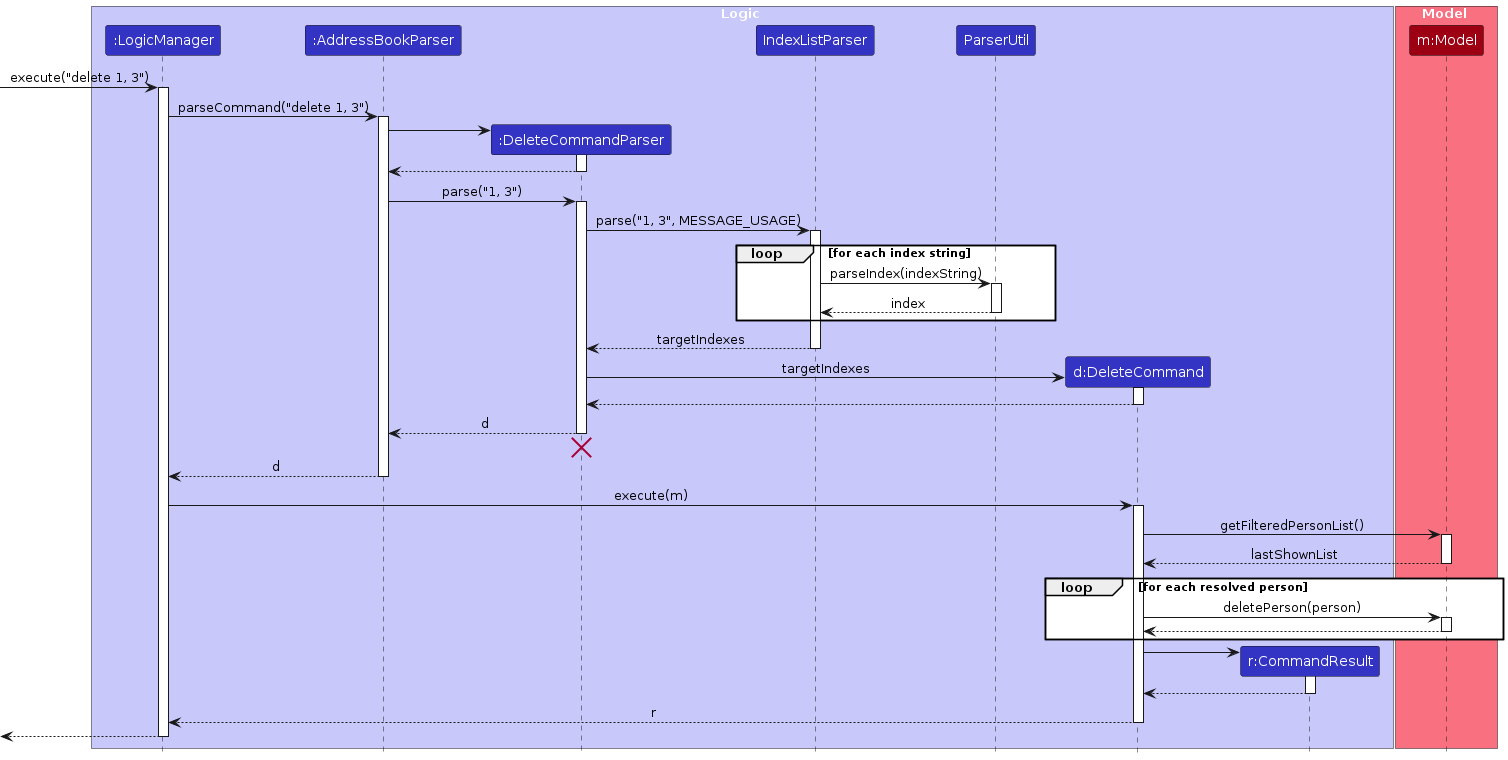
AY2627S1-CS2103T-T08-4/tp keeps this PlantUML diagram as diagrams/DeleteSequenceDiagram.png. Above is the earlier version. Its source is kept beside it as diagrams/DeleteSequenceDiagram.puml.
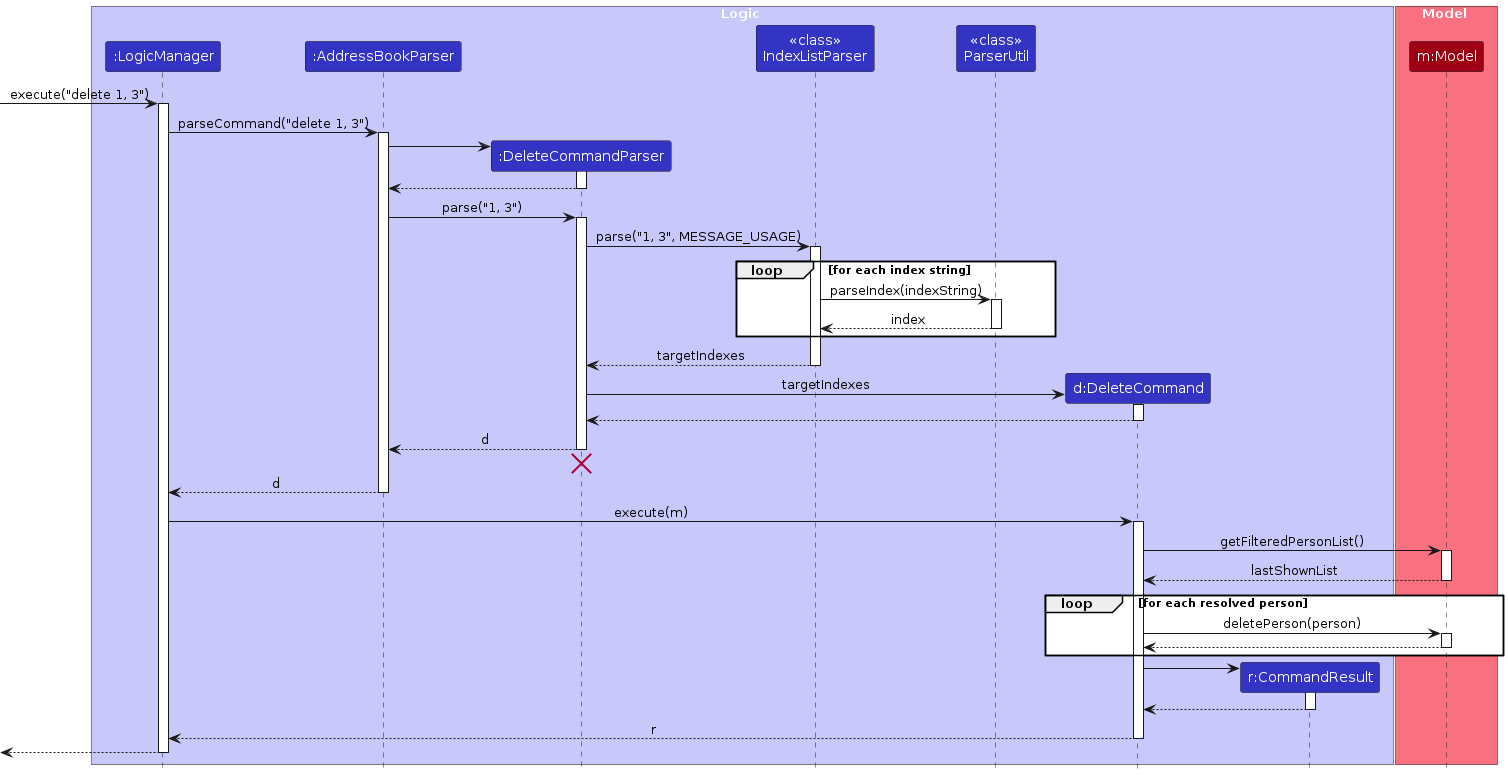
The same file after the commit.

Diff of the diagram source:
```diff
@@ -6,8 +6,8 @@
 participant ":LogicManager" as LogicManager LOGIC_COLOR
 participant ":AddressBookParser" as AddressBookParser LOGIC_COLOR
 participant ":DeleteCommandParser" as DeleteCommandParser LOGIC_COLOR
-participant "IndexListParser" as IndexListParser LOGIC_COLOR
-participant "ParserUtil" as ParserUtil LOGIC_COLOR
+participant "<<class>>\nIndexListParser" as IndexListParser LOGIC_COLOR
+participant "<<class>>\nParserUtil" as ParserUtil LOGIC_COLOR
 participant "d:DeleteCommand" as DeleteCommand LOGIC_COLOR
 participant "r:CommandResult" as CommandResult LOGIC_COLOR
 end box
```
